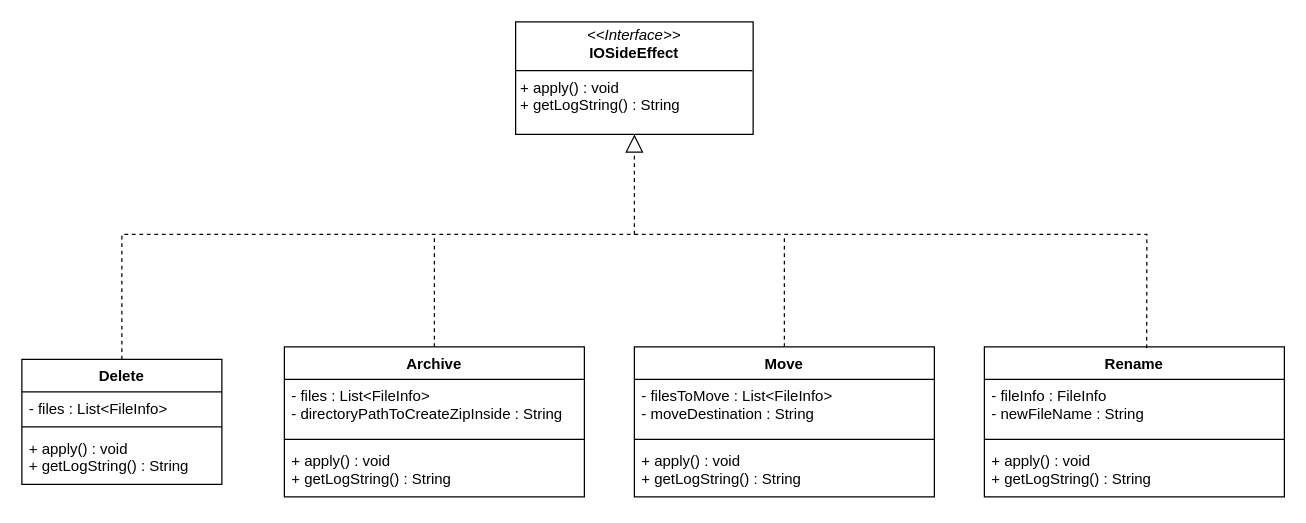
Earlier version of the draw.io diagram page "effect" (3 of 5) of resources/class-diagrams.drawio (Mateusz2734/filesystem-cleaner). Source tidied: cells renumbered, new cells numbered last; positions are measured from the earlier drawing's top-left corner, leaving out a move shared by most shapes. Both pictures are drawn from the tidied source at 125%, with x=0, y=0 at pixel (21, 21).
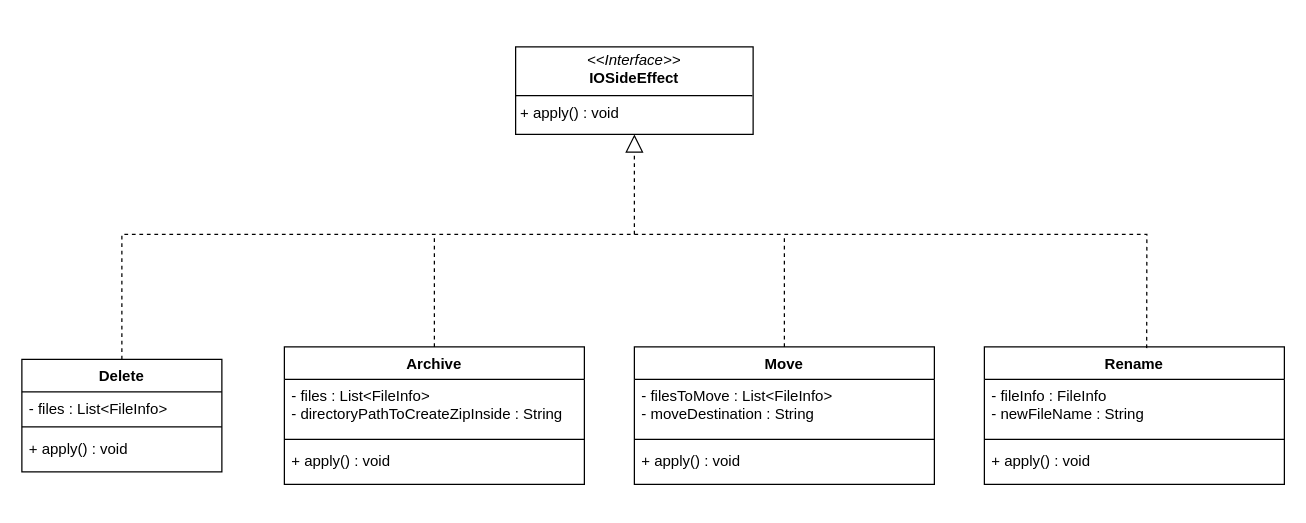
The same page after the edit.

The edit, as a diff of the source:
```diff
@@
-    <mxCell id="2" value="&lt;p style=&quot;margin:0px;margin-top:4px;text-align:center;&quot;&gt;&lt;i&gt;&amp;lt;&amp;lt;Interface&amp;gt;&amp;gt;&lt;/i&gt;&lt;br&gt;&lt;b&gt;IOSideEffect&lt;/b&gt;&lt;/p&gt;&lt;hr size=&quot;1&quot; style=&quot;border-style:solid;&quot;&gt;&lt;p style=&quot;margin:0px;margin-left:4px;&quot;&gt;+ apply() : void&lt;br&gt;+ getLogString() : String&lt;/p&gt;" style="verticalAlign=top;align=left;overflow=fill;html=1;whiteSpace=wrap;" parent="1" vertex="1">
-      <mxGeometry x="395" width="190" height="90" as="geometry" />
+    <mxCell id="2" value="&lt;p style=&quot;margin:0px;margin-top:4px;text-align:center;&quot;&gt;&lt;i&gt;&amp;lt;&amp;lt;Interface&amp;gt;&amp;gt;&lt;/i&gt;&lt;br&gt;&lt;b&gt;IOSideEffect&lt;/b&gt;&lt;/p&gt;&lt;hr size=&quot;1&quot; style=&quot;border-style:solid;&quot;&gt;&lt;p style=&quot;margin:0px;margin-left:4px;&quot;&gt;+ apply() : void&lt;/p&gt;" style="verticalAlign=top;align=left;overflow=fill;html=1;whiteSpace=wrap;" parent="1" vertex="1">
+      <mxGeometry x="395" y="20" width="190" height="70" as="geometry" />
     </mxCell>
     <mxCell id="3" value="Delete" style="swimlane;fontStyle=1;align=center;verticalAlign=top;horizontal=1;startSize=26;whiteSpace=wrap;html=1;" parent="1" vertex="1">
-      <mxGeometry y="270" width="160" height="100" as="geometry" />
+      <mxGeometry y="270" width="160" height="90" as="geometry" />
     </mxCell>
@@
-    <mxCell id="6" value="+ apply() : void&lt;br&gt;+ getLogString() : String" style="text;strokeColor=none;fillColor=none;align=left;verticalAlign=top;spacingLeft=4;spacingRight=4;overflow=hidden;whiteSpace=wrap;html=1;" parent="3" vertex="1">
-      <mxGeometry y="58" width="160" height="42" as="geometry" />
+    <mxCell id="6" value="+ apply() : void" style="text;strokeColor=none;fillColor=none;align=left;verticalAlign=top;spacingLeft=4;spacingRight=4;overflow=hidden;whiteSpace=wrap;html=1;" parent="3" vertex="1">
+      <mxGeometry y="58" width="160" height="32" as="geometry" />
     </mxCell>
     <mxCell id="7" value="Archive" style="swimlane;fontStyle=1;align=center;verticalAlign=top;horizontal=1;startSize=26;whiteSpace=wrap;html=1;" parent="1" vertex="1">
-      <mxGeometry x="210" y="260" width="240" height="120" as="geometry" />
+      <mxGeometry x="210" y="260" width="240" height="110" as="geometry" />
     </mxCell>
@@
-    <mxCell id="10" value="+ apply() : void&lt;br&gt;+ getLogString() : String" style="text;strokeColor=none;fillColor=none;align=left;verticalAlign=top;spacingLeft=4;spacingRight=4;overflow=hidden;whiteSpace=wrap;html=1;" parent="7" vertex="1">
-      <mxGeometry y="78" width="240" height="42" as="geometry" />
+    <mxCell id="10" value="+ apply() : void" style="text;strokeColor=none;fillColor=none;align=left;verticalAlign=top;spacingLeft=4;spacingRight=4;overflow=hidden;whiteSpace=wrap;html=1;" parent="7" vertex="1">
+      <mxGeometry y="78" width="240" height="32" as="geometry" />
     </mxCell>
     <mxCell id="11" value="Move" style="swimlane;fontStyle=1;align=center;verticalAlign=top;horizontal=1;startSize=26;whiteSpace=wrap;html=1;" parent="1" vertex="1">
-      <mxGeometry x="490" y="260" width="240" height="120" as="geometry" />
+      <mxGeometry x="490" y="260" width="240" height="110" as="geometry" />
     </mxCell>
@@
-    <mxCell id="14" value="+ apply() : void&lt;br&gt;+ getLogString() : String" style="text;strokeColor=none;fillColor=none;align=left;verticalAlign=top;spacingLeft=4;spacingRight=4;overflow=hidden;whiteSpace=wrap;html=1;" parent="11" vertex="1">
-      <mxGeometry y="78" width="240" height="42" as="geometry" />
+    <mxCell id="14" value="+ apply() : void" style="text;strokeColor=none;fillColor=none;align=left;verticalAlign=top;spacingLeft=4;spacingRight=4;overflow=hidden;whiteSpace=wrap;html=1;" parent="11" vertex="1">
+      <mxGeometry y="78" width="240" height="32" as="geometry" />
     </mxCell>
     <mxCell id="15" value="Rename" style="swimlane;fontStyle=1;align=center;verticalAlign=top;horizontal=1;startSize=26;whiteSpace=wrap;html=1;" parent="1" vertex="1">
-      <mxGeometry x="770" y="260" width="240" height="120" as="geometry" />
+      <mxGeometry x="770" y="260" width="240" height="110" as="geometry" />
     </mxCell>
@@
-    <mxCell id="18" value="+ apply() : void&lt;br&gt;+ getLogString() : String" style="text;strokeColor=none;fillColor=none;align=left;verticalAlign=top;spacingLeft=4;spacingRight=4;overflow=hidden;whiteSpace=wrap;html=1;" parent="15" vertex="1">
-      <mxGeometry y="78" width="240" height="42" as="geometry" />
+    <mxCell id="18" value="+ apply() : void" style="text;strokeColor=none;fillColor=none;align=left;verticalAlign=top;spacingLeft=4;spacingRight=4;overflow=hidden;whiteSpace=wrap;html=1;" parent="15" vertex="1">
+      <mxGeometry y="78" width="240" height="32" as="geometry" />
     </mxCell>
```
